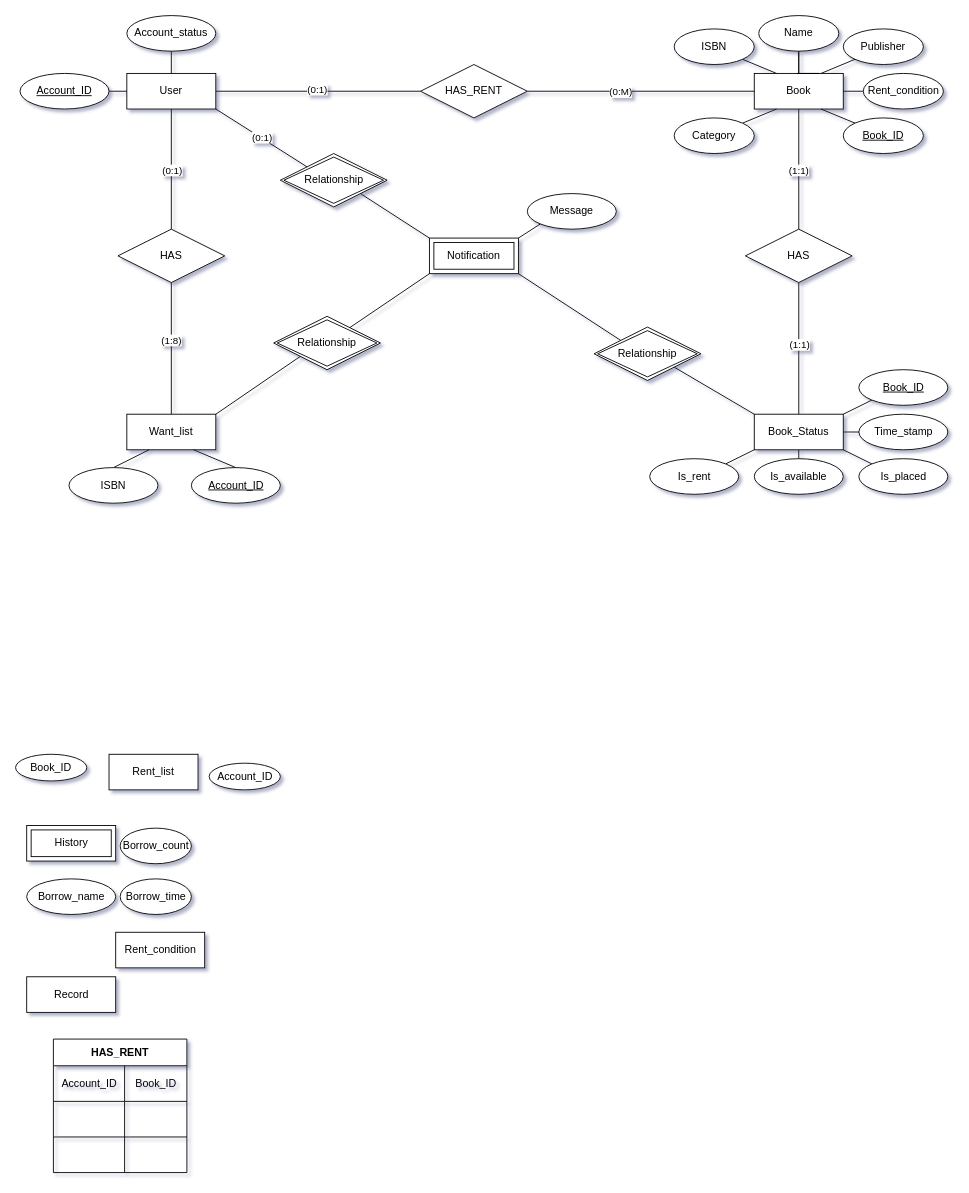
zhangwengyu999/Library_Management_System_Project keeps this draw.io diagram as draft.drawio. Above is the earlier version. Source tidied: cells renumbered, new cells numbered last; positions are measured from the earlier drawing's top-left corner, leaving out a move shared by most shapes. Both pictures are drawn from the tidied source at 89%, with x=0, y=0 at pixel (15, 15).
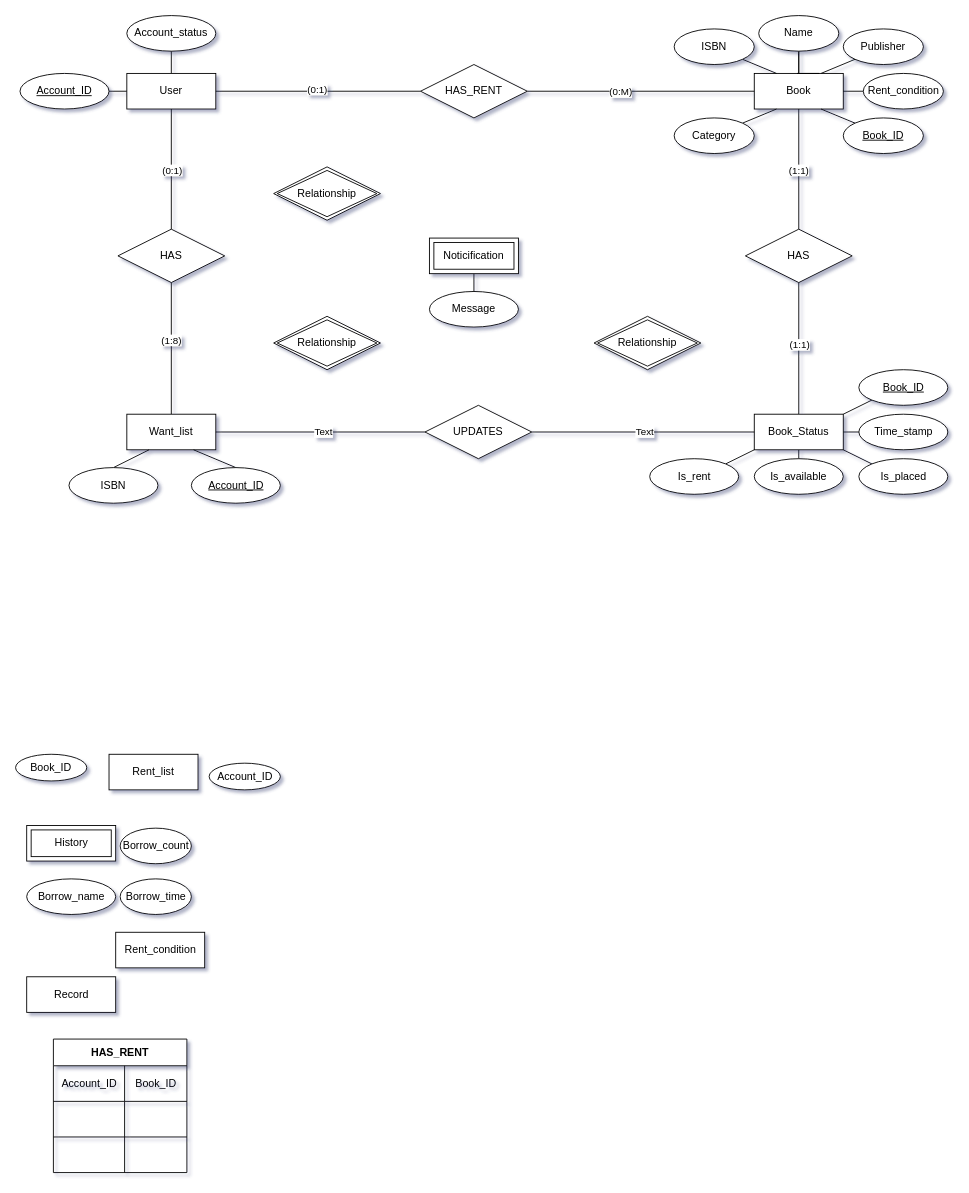
The same diagram, later.

The change refers to these unchanged cells:
```xml
<mxCell id="8" value="User" style="whiteSpace=wrap;html=1;align=center;" parent="1" vertex="1">
  <mxGeometry x="125" y="65" width="100" height="40" as="geometry" />
</mxCell>
<mxCell id="18" value="Want_list" style="whiteSpace=wrap;html=1;align=center;" parent="1" vertex="1">
  <mxGeometry x="125" y="447.9" width="100" height="40" as="geometry" />
</mxCell>
<mxCell id="63" value="Book_Status" style="whiteSpace=wrap;html=1;align=center;" parent="1" vertex="1">
  <mxGeometry x="830" y="447.9" width="100" height="40" as="geometry" />
</mxCell>
<mxCell id="84" value="Relationship" style="shape=rhombus;double=1;perimeter=rhombusPerimeter;whiteSpace=wrap;html=1;align=center;" parent="1" vertex="1">
  <mxGeometry x="290" y="337.9" width="120" height="60" as="geometry" />
</mxCell>
```

Diff of the diagram source:
```diff
@@
     <mxCell id="11" value="Message" style="ellipse;whiteSpace=wrap;html=1;align=center;" parent="1" vertex="1">
-      <mxGeometry x="575" y="200" width="100" height="40" as="geometry" />
+      <mxGeometry x="465" y="310" width="100" height="40" as="geometry" />
     </mxCell>
@@
-    <mxCell id="70" style="edgeStyle=none;html=1;exitX=1;exitY=0;exitDx=0;exitDy=0;entryX=0;entryY=1;entryDx=0;entryDy=0;endArrow=none;endFill=0;" parent="1" edge="1" source="77" target="11">
+    <mxCell id="70" style="edgeStyle=none;html=1;exitX=0.5;exitY=1;exitDx=0;exitDy=0;entryX=0.5;entryY=0;entryDx=0;entryDy=0;endArrow=none;endFill=0;" parent="1" edge="1" source="77" target="11">
       <mxGeometry relative="1" as="geometry" />
     </mxCell>
@@
-    <mxCell id="74" style="edgeStyle=none;html=1;exitX=1;exitY=1;exitDx=0;exitDy=0;entryX=0;entryY=0;entryDx=0;entryDy=0;endArrow=none;endFill=0;" parent="1" edge="1" source="77" target="82">
-      <mxGeometry relative="1" as="geometry" />
-    </mxCell>
-    <mxCell id="75" style="edgeStyle=none;html=1;exitX=0;exitY=0;exitDx=0;exitDy=0;entryX=1;entryY=1;entryDx=0;entryDy=0;endArrow=none;endFill=0;" parent="1" edge="1" source="77" target="80">
-      <mxGeometry relative="1" as="geometry" />
-    </mxCell>
-    <mxCell id="76" style="edgeStyle=none;html=1;exitX=0;exitY=1;exitDx=0;exitDy=0;endArrow=none;endFill=0;" parent="1" edge="1" source="77" target="84">
-      <mxGeometry relative="1" as="geometry" />
-    </mxCell>
+    <mxCell id="85" style="edgeStyle=none;html=1;exitX=0;exitY=0.5;exitDx=0;exitDy=0;entryX=1;entryY=0.5;entryDx=0;entryDy=0;endArrow=none;endFill=0;" parent="1" edge="1" source="89" target="18">
+      <mxGeometry relative="1" as="geometry" />
+    </mxCell>
+    <mxCell id="86" value="Text" style="edgeLabel;html=1;align=center;verticalAlign=middle;" parent="85" vertex="1">
+      <mxGeometry x="-0.02" relative="1" as="geometry" />
+    </mxCell>
+    <mxCell id="87" style="edgeStyle=none;html=1;exitX=1;exitY=0.5;exitDx=0;exitDy=0;endArrow=none;endFill=0;entryX=0;entryY=0.5;entryDx=0;entryDy=0;" parent="1" edge="1" source="89" target="63">
+      <mxGeometry relative="1" as="geometry" />
+    </mxCell>
+    <mxCell id="88" value="Text" style="edgeLabel;html=1;align=center;verticalAlign=middle;" parent="87" vertex="1">
+      <mxGeometry x="0.01" relative="1" as="geometry" />
+    </mxCell>
+    <mxCell id="89" value="UPDATES" style="shape=rhombus;perimeter=rhombusPerimeter;whiteSpace=wrap;html=1;align=center;" parent="1" vertex="1">
+      <mxGeometry x="460" y="437.9" width="120" height="60" as="geometry" />
+    </mxCell>
-    <mxCell id="77" value="Notification" style="shape=ext;margin=3;double=1;whiteSpace=wrap;html=1;align=center;" parent="1" vertex="1">
+    <mxCell id="77" value="Noticification" style="shape=ext;margin=3;double=1;whiteSpace=wrap;html=1;align=center;" parent="1" vertex="1">
       <mxGeometry x="465" y="250" width="100" height="40" as="geometry" />
     </mxCell>
-    <mxCell id="78" style="edgeStyle=none;html=1;exitX=0;exitY=0;exitDx=0;exitDy=0;entryX=1;entryY=1;entryDx=0;entryDy=0;endArrow=none;endFill=0;" parent="1" edge="1" source="80" target="8">
-      <mxGeometry relative="1" as="geometry" />
-    </mxCell>
-    <mxCell id="79" value="(0:1)" style="edgeLabel;html=1;align=center;verticalAlign=middle;" parent="78" vertex="1">
-      <mxGeometry x="0.01" y="-1" relative="1" as="geometry" />
-    </mxCell>
     <mxCell id="80" value="Relationship" style="shape=rhombus;double=1;perimeter=rhombusPerimeter;whiteSpace=wrap;html=1;align=center;" parent="1" vertex="1">
-      <mxGeometry x="297.5" y="155" width="120" height="60" as="geometry" />
+      <mxGeometry x="290" y="170" width="120" height="60" as="geometry" />
     </mxCell>
-    <mxCell id="81" style="edgeStyle=none;html=1;exitX=1;exitY=1;exitDx=0;exitDy=0;entryX=0;entryY=0;entryDx=0;entryDy=0;endArrow=none;endFill=0;" parent="1" edge="1" source="82" target="63">
-      <mxGeometry relative="1" as="geometry" />
-    </mxCell>
     <mxCell id="82" value="Relationship" style="shape=rhombus;double=1;perimeter=rhombusPerimeter;whiteSpace=wrap;html=1;align=center;" parent="1" vertex="1">
-      <mxGeometry x="650" y="350" width="120" height="60" as="geometry" />
+      <mxGeometry x="650" y="337.9" width="120" height="60" as="geometry" />
     </mxCell>
-    <mxCell id="83" style="edgeStyle=none;html=1;exitX=0;exitY=1;exitDx=0;exitDy=0;entryX=1;entryY=0;entryDx=0;entryDy=0;endArrow=none;endFill=0;" parent="1" edge="1" source="84" target="18">
-      <mxGeometry relative="1" as="geometry" />
-    </mxCell>
```
